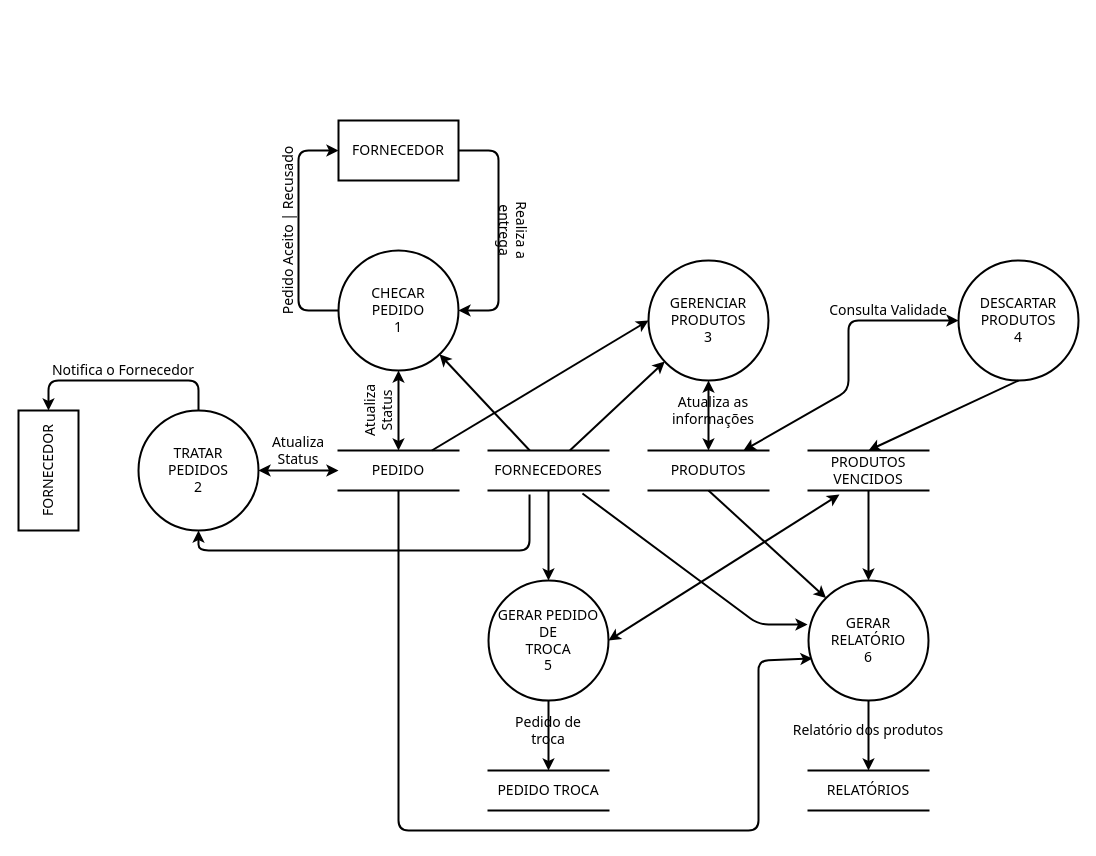
Above: docs/Prof_Christiane/ESTOQUE/DFD_ESTOQUE.drawio in Darienzo08/ope_ads (draw.io), before the change. Source tidied: cells renumbered, new cells numbered last; positions are measured from the earlier drawing's top-left corner, leaving out a move shared by most shapes. Both pictures are drawn from the tidied source at 100%, with x=0, y=0 at pixel (-12, 120).
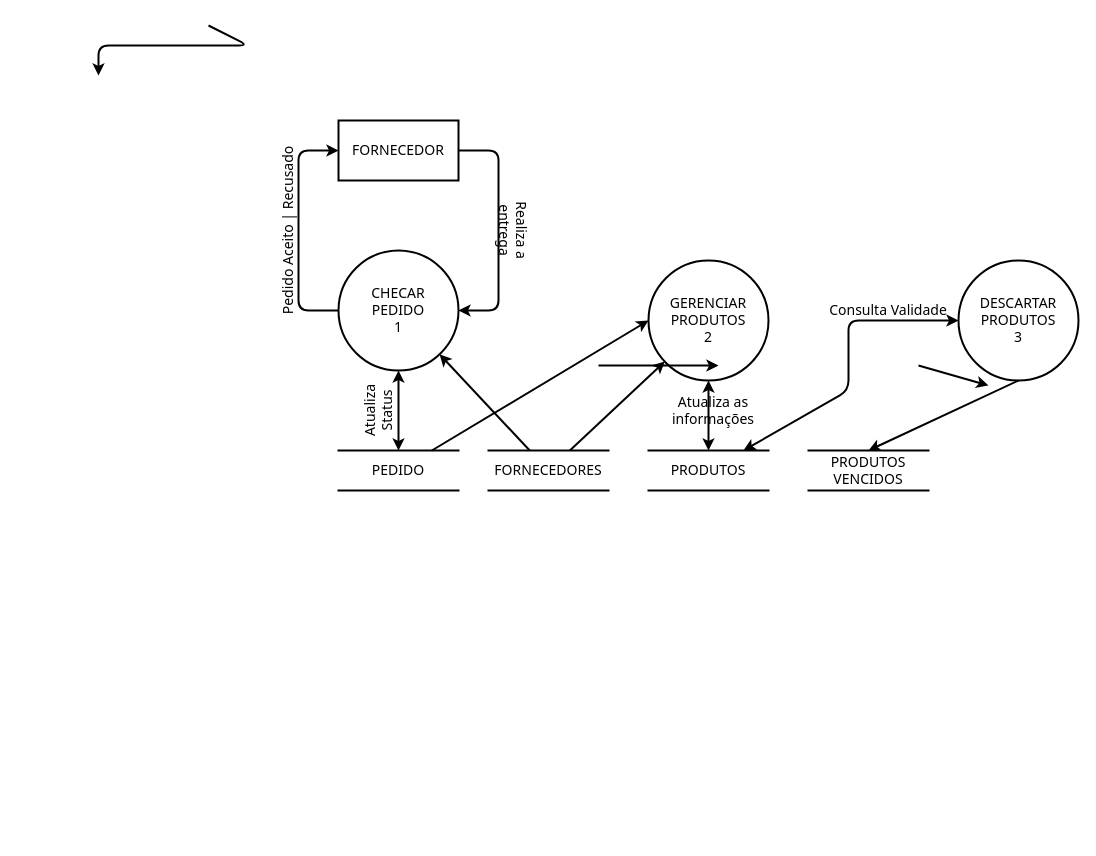
The same page after the edit.

Commit message (it also covers changes not shown here):
29032020 - Alter Estoque

The change refers to these unchanged cells:
```xml
<mxCell id="6" value="PEDIDO" style="shape=partialRectangle;whiteSpace=wrap;html=1;left=0;right=0;fillColor=none;strokeWidth=2;fontFamily=Tahoma;fontSize=14;" parent="1" vertex="1">
  <mxGeometry x="350" y="330" width="120" height="40" as="geometry" />
</mxCell>
<mxCell id="7" value="FORNECEDORES" style="shape=partialRectangle;whiteSpace=wrap;html=1;left=0;right=0;fillColor=none;strokeWidth=2;fontFamily=Tahoma;fontSize=14;" parent="1" vertex="1">
  <mxGeometry x="500" y="330" width="120" height="40" as="geometry" />
</mxCell>
<mxCell id="12" value="PRODUTOS" style="shape=partialRectangle;whiteSpace=wrap;html=1;left=0;right=0;fillColor=none;strokeWidth=2;fontFamily=Tahoma;fontSize=14;" parent="1" vertex="1">
  <mxGeometry x="660" y="330" width="120" height="40" as="geometry" />
</mxCell>
<mxCell id="18" value="PRODUTOS&lt;br style=&quot;font-size: 14px;&quot;&gt;VENCIDOS" style="shape=partialRectangle;whiteSpace=wrap;html=1;left=0;right=0;fillColor=none;strokeWidth=2;fontFamily=Tahoma;fontSize=14;" parent="1" vertex="1">
  <mxGeometry x="820" y="330" width="120" height="40" as="geometry" />
</mxCell>
```

Change to the diagram source:
```diff
@@
-    <mxCell id="13" value="GERENCIAR&lt;br style=&quot;font-size: 14px;&quot;&gt;PRODUTOS&lt;br style=&quot;font-size: 14px;&quot;&gt;3" style="ellipse;whiteSpace=wrap;html=1;strokeWidth=2;fontFamily=Tahoma;fontSize=14;" parent="1" vertex="1">
+    <mxCell id="13" value="GERENCIAR&lt;br style=&quot;font-size: 14px&quot;&gt;PRODUTOS&lt;br style=&quot;font-size: 14px&quot;&gt;2" style="ellipse;whiteSpace=wrap;html=1;strokeWidth=2;fontFamily=Tahoma;fontSize=14;" parent="1" vertex="1">
       <mxGeometry x="660" y="140" width="120" height="120" as="geometry" />
     </mxCell>
@@
-    <mxCell id="17" value="DESCARTAR&lt;br style=&quot;font-size: 14px;&quot;&gt;PRODUTOS&lt;br style=&quot;font-size: 14px;&quot;&gt;4" style="ellipse;whiteSpace=wrap;html=1;strokeWidth=2;fontFamily=Tahoma;fontSize=14;" parent="1" vertex="1">
+    <mxCell id="17" value="DESCARTAR&lt;br style=&quot;font-size: 14px&quot;&gt;PRODUTOS&lt;br style=&quot;font-size: 14px&quot;&gt;3" style="ellipse;whiteSpace=wrap;html=1;strokeWidth=2;fontFamily=Tahoma;fontSize=14;" parent="1" vertex="1">
       <mxGeometry x="970" y="140" width="120" height="120" as="geometry" />
     </mxCell>
@@
-    <mxCell id="22" value="GERAR PEDIDO&lt;br style=&quot;font-size: 14px;&quot;&gt;DE&lt;br style=&quot;font-size: 14px;&quot;&gt;TROCA&lt;br style=&quot;font-size: 14px;&quot;&gt;5" style="ellipse;whiteSpace=wrap;html=1;strokeWidth=2;fontFamily=Tahoma;fontSize=14;" parent="1" vertex="1">
-      <mxGeometry x="500" y="460" width="120" height="120" as="geometry" />
-    </mxCell>
-    <mxCell id="23" value="GERAR&lt;br style=&quot;font-size: 14px;&quot;&gt;RELATÓRIO&lt;br style=&quot;font-size: 14px;&quot;&gt;6" style="ellipse;whiteSpace=wrap;html=1;strokeWidth=2;fontFamily=Tahoma;fontSize=14;" parent="1" vertex="1">
-      <mxGeometry x="820" y="460" width="120" height="120" as="geometry" />
-    </mxCell>
-    <mxCell id="24" style="endArrow=classic;html=1;exitX=0.5;exitY=1;exitDx=0;exitDy=0;strokeWidth=2;fontFamily=Tahoma;fontSize=14;" parent="1" edge="1" source="7" target="22">
-      <mxGeometry relative="1" as="geometry" />
-    </mxCell>
-    <mxCell id="25" style="endArrow=classic;startArrow=classic;html=1;entryX=0.258;entryY=1.1;entryDx=0;entryDy=0;entryPerimeter=0;exitX=1;exitY=0.5;exitDx=0;exitDy=0;strokeWidth=2;fontFamily=Tahoma;fontSize=14;" parent="1" edge="1" source="22" target="18">
-      <mxGeometry relative="1" as="geometry" />
-    </mxCell>
-    <mxCell id="26" value="PEDIDO TROCA" style="shape=partialRectangle;whiteSpace=wrap;html=1;left=0;right=0;fillColor=none;strokeWidth=2;fontFamily=Tahoma;fontSize=14;" parent="1" vertex="1">
-      <mxGeometry x="500" y="650" width="120" height="40" as="geometry" />
-    </mxCell>
-    <mxCell id="27" style="endArrow=classic;html=1;exitX=0.5;exitY=1;exitDx=0;exitDy=0;entryX=0.5;entryY=0;entryDx=0;entryDy=0;strokeWidth=2;fontFamily=Tahoma;fontSize=14;" parent="1" edge="1" source="22" target="26">
-      <mxGeometry relative="1" as="geometry" />
+    <mxCell id="27" style="endArrow=classic;html=1;exitX=0.5;exitY=1;exitDx=0;exitDy=0;entryX=0.5;entryY=0;entryDx=0;entryDy=0;strokeWidth=2;fontFamily=Tahoma;fontSize=14;" parent="1" edge="1">
+      <mxGeometry relative="1" as="geometry">
+        <mxPoint x="610" y="245" as="sourcePoint" />
+        <mxPoint x="730" y="245" as="targetPoint" />
+      </mxGeometry>
     </mxCell>
-    <mxCell id="28" value="Pedido de troca" style="text;html=1;strokeColor=none;fillColor=none;align=center;verticalAlign=middle;whiteSpace=wrap;rounded=0;strokeWidth=2;fontFamily=Tahoma;fontSize=14;" parent="1" vertex="1">
-      <mxGeometry x="510" y="600" width="100" height="20" as="geometry" />
-    </mxCell>
-    <mxCell id="29" style="endArrow=classic;html=1;exitX=0.5;exitY=1;exitDx=0;exitDy=0;entryX=0.033;entryY=0.65;entryDx=0;entryDy=0;entryPerimeter=0;strokeWidth=2;fontFamily=Tahoma;fontSize=14;" parent="1" edge="1" source="6" target="23">
-      <mxGeometry relative="1" as="geometry">
-        <Array as="points">
-          <mxPoint x="410" y="710" />
-          <mxPoint x="770" y="710" />
-          <mxPoint x="770" y="540" />
-        </Array>
-      </mxGeometry>
-    </mxCell>
-    <mxCell id="30" style="endArrow=classic;html=1;exitX=0.783;exitY=1.075;exitDx=0;exitDy=0;exitPerimeter=0;entryX=-0.008;entryY=0.367;entryDx=0;entryDy=0;entryPerimeter=0;strokeWidth=2;fontFamily=Tahoma;fontSize=14;" parent="1" edge="1" source="7" target="23">
-      <mxGeometry relative="1" as="geometry">
-        <Array as="points">
-          <mxPoint x="770" y="504" />
-        </Array>
-      </mxGeometry>
-    </mxCell>
-    <mxCell id="31" style="endArrow=classic;html=1;exitX=0.5;exitY=1;exitDx=0;exitDy=0;entryX=0;entryY=0;entryDx=0;entryDy=0;strokeWidth=2;fontFamily=Tahoma;fontSize=14;" parent="1" edge="1" source="12" target="23">
-      <mxGeometry relative="1" as="geometry" />
-    </mxCell>
-    <mxCell id="32" style="endArrow=classic;html=1;exitX=0.5;exitY=1;exitDx=0;exitDy=0;entryX=0.5;entryY=0;entryDx=0;entryDy=0;strokeWidth=2;fontFamily=Tahoma;fontSize=14;" parent="1" edge="1" source="18" target="23">
-      <mxGeometry relative="1" as="geometry" />
-    </mxCell>
-    <mxCell id="33" value="RELATÓRIOS" style="shape=partialRectangle;whiteSpace=wrap;html=1;left=0;right=0;fillColor=none;strokeWidth=2;fontFamily=Tahoma;fontSize=14;" parent="1" vertex="1">
-      <mxGeometry x="820" y="650" width="120" height="40" as="geometry" />
-    </mxCell>
-    <mxCell id="34" style="endArrow=classic;html=1;exitX=0.5;exitY=1;exitDx=0;exitDy=0;entryX=0.5;entryY=0;entryDx=0;entryDy=0;strokeWidth=2;fontFamily=Tahoma;fontSize=14;" parent="1" edge="1" source="23" target="33">
-      <mxGeometry relative="1" as="geometry" />
+    <mxCell id="34" style="endArrow=classic;html=1;exitX=0.5;exitY=1;exitDx=0;exitDy=0;entryX=0.5;entryY=0;entryDx=0;entryDy=0;strokeWidth=2;fontFamily=Tahoma;fontSize=14;" parent="1" edge="1">
+      <mxGeometry relative="1" as="geometry">
+        <mxPoint x="930" y="245" as="sourcePoint" />
+        <mxPoint x="1000" y="265" as="targetPoint" />
+      </mxGeometry>
     </mxCell>
-    <mxCell id="35" value="Relatório dos produtos" style="text;html=1;strokeColor=none;fillColor=none;align=center;verticalAlign=middle;whiteSpace=wrap;rounded=0;strokeWidth=2;fontFamily=Tahoma;fontSize=14;" parent="1" vertex="1">
-      <mxGeometry x="800" y="600" width="160" height="20" as="geometry" />
-    </mxCell>
-    <mxCell id="36" value="TRATAR&lt;br&gt;PEDIDOS&lt;br&gt;2" style="ellipse;whiteSpace=wrap;html=1;strokeWidth=2;fontFamily=Tahoma;fontSize=14;" parent="1" vertex="1">
-      <mxGeometry x="150" y="290" width="120" height="120" as="geometry" />
-    </mxCell>
-    <mxCell id="37" style="endArrow=classic;startArrow=classic;html=1;strokeWidth=2;fontFamily=Tahoma;fontSize=14;exitX=1;exitY=0.5;exitDx=0;exitDy=0;" parent="1" edge="1" source="36" target="6">
-      <mxGeometry relative="1" as="geometry" />
-    </mxCell>
-    <mxCell id="38" style="endArrow=classic;html=1;strokeWidth=2;fontFamily=Tahoma;fontSize=14;exitX=0.342;exitY=1.1;exitDx=0;exitDy=0;exitPerimeter=0;entryX=0.5;entryY=1;entryDx=0;entryDy=0;" parent="1" edge="1" source="7" target="36">
-      <mxGeometry relative="1" as="geometry">
-        <Array as="points">
-          <mxPoint x="541" y="430" />
-          <mxPoint x="210" y="430" />
-        </Array>
-      </mxGeometry>
-    </mxCell>
-    <mxCell id="39" value="FORNECEDOR" style="rounded=0;whiteSpace=wrap;html=1;strokeWidth=2;fontFamily=Tahoma;fontSize=14;rotation=-90;" parent="1" vertex="1">
-      <mxGeometry y="320" width="120" height="60" as="geometry" />
-    </mxCell>
-    <mxCell id="40" style="endArrow=classic;html=1;strokeWidth=2;fontFamily=Tahoma;fontSize=14;exitX=0.5;exitY=0;exitDx=0;exitDy=0;entryX=1;entryY=0.5;entryDx=0;entryDy=0;" parent="1" edge="1" source="36" target="39">
+    <mxCell id="40" style="endArrow=classic;html=1;strokeWidth=2;fontFamily=Tahoma;fontSize=14;exitX=0.5;exitY=0;exitDx=0;exitDy=0;entryX=1;entryY=0.5;entryDx=0;entryDy=0;" parent="1" edge="1">
       <mxGeometry relative="1" as="geometry">
+        <mxPoint x="220" y="-95" as="sourcePoint" />
+        <mxPoint x="110" y="-45" as="targetPoint" />
         <Array as="points">
-          <mxPoint x="210" y="260" />
-          <mxPoint x="60" y="260" />
+          <mxPoint x="260" y="-75" />
+          <mxPoint x="110" y="-75" />
         </Array>
       </mxGeometry>
     </mxCell>
-    <mxCell id="41" value="Notifica o Fornecedor" style="text;html=1;strokeColor=none;fillColor=none;align=center;verticalAlign=middle;whiteSpace=wrap;rounded=0;fontFamily=Tahoma;fontSize=14;" parent="1" vertex="1">
-      <mxGeometry x="50" y="240" width="170" height="20" as="geometry" />
-    </mxCell>
-    <mxCell id="42" value="Atualiza Status" style="text;html=1;strokeColor=none;fillColor=none;align=center;verticalAlign=middle;whiteSpace=wrap;rounded=0;fontFamily=Tahoma;fontSize=14;" parent="1" vertex="1">
-      <mxGeometry x="290" y="320" width="40" height="20" as="geometry" />
-    </mxCell>
```
